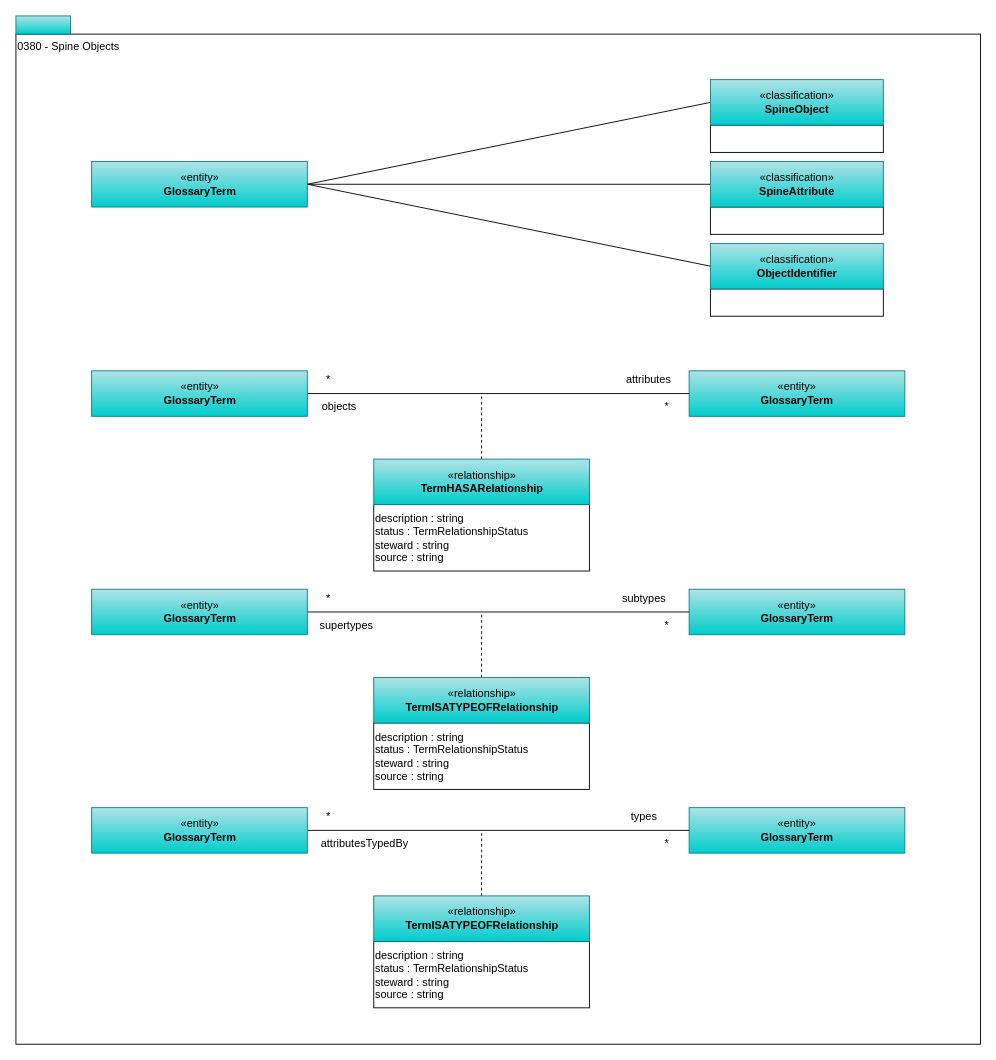
Before: page "0380-Spine-Objects" (9 of 12) of open-metadata-publication/website/open-metadata-types/area-3-glossary.drawio in odpi/egeria, a draw.io diagram. Source tidied: cells renumbered, new cells numbered last; positions are measured from the earlier drawing's top-left corner, leaving out a move shared by most shapes. Both pictures are drawn from the tidied source at 91%, with x=0, y=0 at pixel (15, 15).
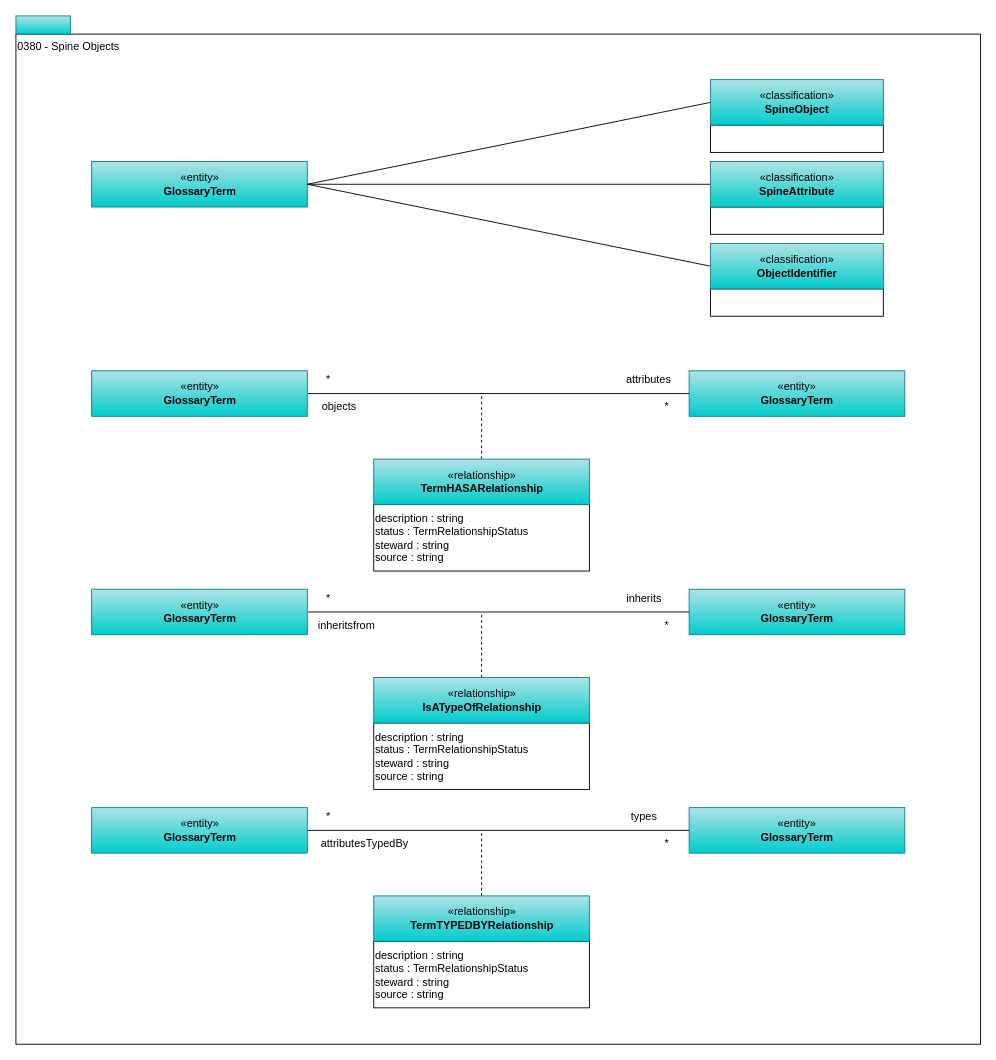
After the change.

Commit message (it also covers changes not shown here):
#5305 amend UML

What changed in the source:
```diff
@@
-    <mxCell id="27" value="«relationship»&lt;br&gt;&lt;b&gt;TermISATYPEOFRelationship&lt;/b&gt;" style="html=1;strokeColor=#0e8088;align=center;fillColor=#b0e3e6;gradientColor=#00CCCC;" parent="1" vertex="1">
+    <mxCell id="27" value="«relationship»&lt;br&gt;&lt;b&gt;IsATypeOfRelationship&lt;/b&gt;" style="html=1;strokeColor=#0e8088;align=center;fillColor=#b0e3e6;gradientColor=#00CCCC;" parent="1" vertex="1">
       <mxGeometry x="393.2" y="727" width="237" height="50" as="geometry" />
     </mxCell>
@@
-    <mxCell id="30" value="supertypes" style="text;html=1;align=center;verticalAlign=middle;" parent="1" vertex="1">
-      <mxGeometry x="328.2" y="660" width="70" height="20" as="geometry" />
+    <mxCell id="30" value="inheritsfrom" style="text;html=1;align=center;verticalAlign=middle;" parent="1" vertex="1">
+      <mxGeometry x="323.2" y="660" width="80" height="20" as="geometry" />
     </mxCell>
-    <mxCell id="31" value="subtypes" style="text;html=1;align=center;verticalAlign=middle;" parent="1" vertex="1">
-      <mxGeometry x="659.8" y="630" width="60" height="20" as="geometry" />
+    <mxCell id="31" value="inherits" style="text;html=1;align=center;verticalAlign=middle;" parent="1" vertex="1">
+      <mxGeometry x="664.8" y="630" width="50" height="20" as="geometry" />
     </mxCell>
@@
-    <mxCell id="37" value="«relationship»&lt;br&gt;&lt;b&gt;TermISATYPEOFRelationship&lt;/b&gt;" style="html=1;strokeColor=#0e8088;align=center;fillColor=#b0e3e6;gradientColor=#00CCCC;" parent="1" vertex="1">
+    <mxCell id="37" value="«relationship»&lt;br&gt;&lt;b&gt;TermTYPEDBYRelationship&lt;/b&gt;" style="html=1;strokeColor=#0e8088;align=center;fillColor=#b0e3e6;gradientColor=#00CCCC;" parent="1" vertex="1">
       <mxGeometry x="393.2" y="967" width="237" height="50" as="geometry" />
     </mxCell>
```
